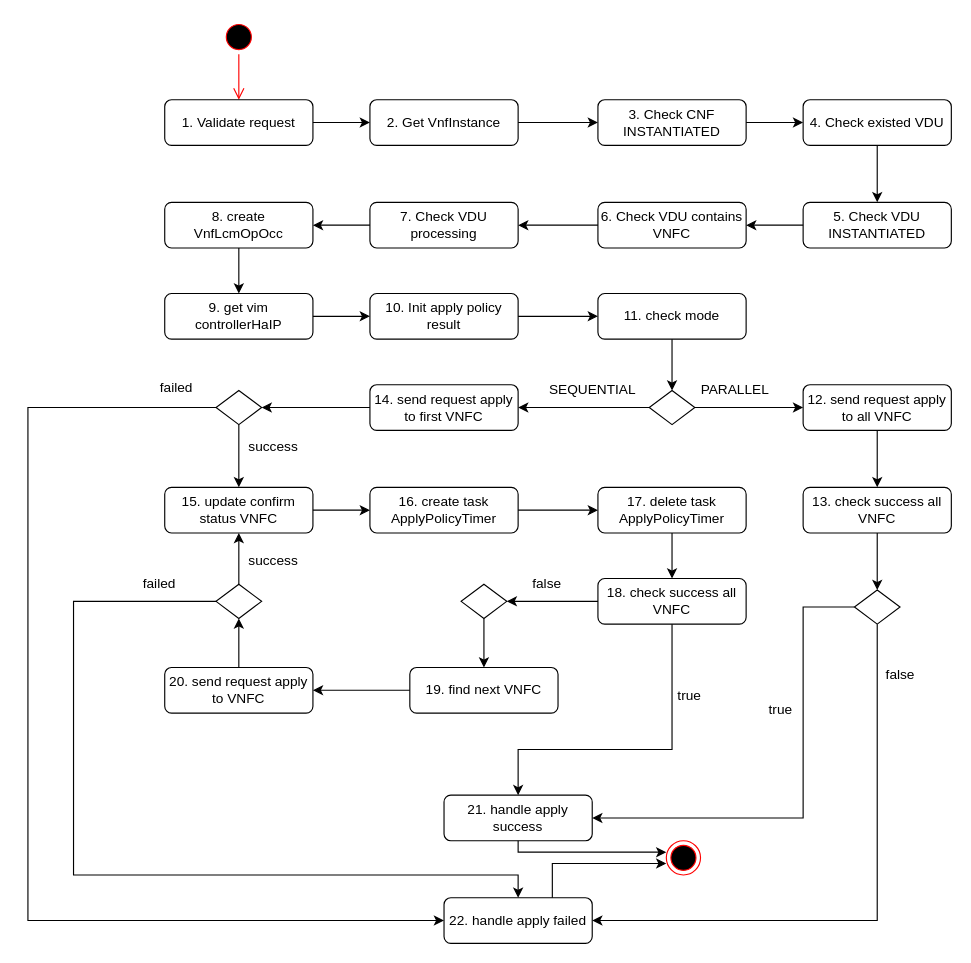
Earlier version of the draw.io diagram page "apply 1 vdu" (1 of 4) of apply policy.drawio (hiep1097/drawio). Source tidied: cells renumbered, new cells numbered last; positions are measured from the earlier drawing's top-left corner, leaving out a move shared by most shapes. Both pictures are drawn from the tidied source at 114%, with x=0, y=0 at pixel (27, 19).
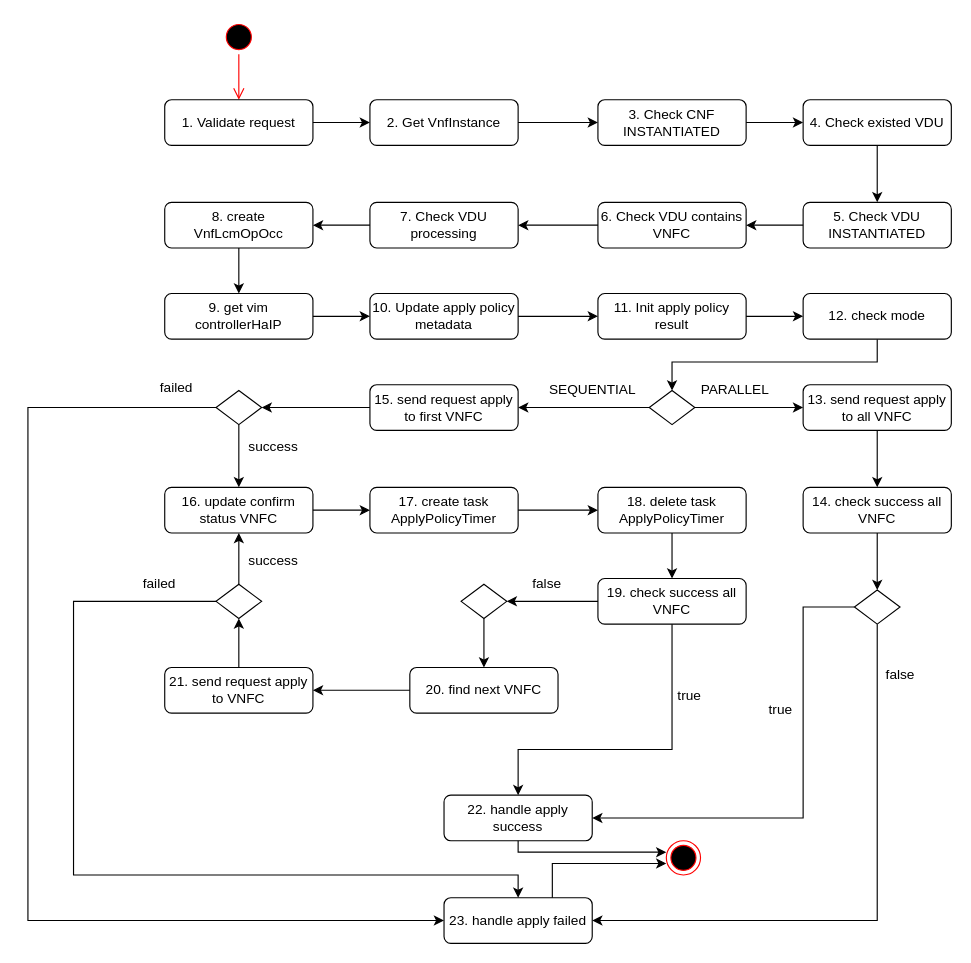
The same diagram, later.

Commit message:
Cập nhật apply policy.drawio

The change refers to these unchanged cells:
```xml
<mxCell id="30" style="rhombus;whiteSpace=wrap;html=1;" parent="1" vertex="1">
  <mxGeometry x="545" y="325" width="40" height="30" as="geometry" />
</mxCell>
```

What changed in the source:
```diff
@@
-    <mxCell id="10" value="11. check mode" style="rounded=1;whiteSpace=wrap;html=1;" parent="1" vertex="1">
+    <mxCell id="10" value="11. Init apply policy result" style="rounded=1;whiteSpace=wrap;html=1;" parent="1" vertex="1">
       <mxGeometry x="500" y="240" width="130" height="40" as="geometry" />
     </mxCell>
-    <mxCell id="11" value="14. send request apply to first VNFC" style="rounded=1;whiteSpace=wrap;html=1;" parent="1" vertex="1">
+    <mxCell id="11" value="15. send request apply to first VNFC" style="rounded=1;whiteSpace=wrap;html=1;" parent="1" vertex="1">
       <mxGeometry x="300" y="320" width="130" height="40" as="geometry" />
     </mxCell>
-    <mxCell id="12" value="22. handle apply failed" style="rounded=1;whiteSpace=wrap;html=1;" parent="1" vertex="1">
+    <mxCell id="12" value="23. handle apply failed" style="rounded=1;whiteSpace=wrap;html=1;" parent="1" vertex="1">
       <mxGeometry x="365" y="770" width="130" height="40" as="geometry" />
     </mxCell>
-    <mxCell id="13" value="15. update confirm status VNFC" style="rounded=1;whiteSpace=wrap;html=1;" parent="1" vertex="1">
+    <mxCell id="13" value="16. update confirm status VNFC" style="rounded=1;whiteSpace=wrap;html=1;" parent="1" vertex="1">
       <mxGeometry x="120" y="410" width="130" height="40" as="geometry" />
     </mxCell>
-    <mxCell id="14" value="16. create task ApplyPolicyTimer" style="rounded=1;whiteSpace=wrap;html=1;" parent="1" vertex="1">
+    <mxCell id="14" value="17. create task ApplyPolicyTimer" style="rounded=1;whiteSpace=wrap;html=1;" parent="1" vertex="1">
       <mxGeometry x="300" y="410" width="130" height="40" as="geometry" />
     </mxCell>
-    <mxCell id="15" value="17. delete task ApplyPolicyTimer" style="rounded=1;whiteSpace=wrap;html=1;" parent="1" vertex="1">
+    <mxCell id="15" value="18. delete task ApplyPolicyTimer" style="rounded=1;whiteSpace=wrap;html=1;" parent="1" vertex="1">
       <mxGeometry x="500" y="410" width="130" height="40" as="geometry" />
     </mxCell>
-    <mxCell id="16" value="21. handle apply success" style="rounded=1;whiteSpace=wrap;html=1;" parent="1" vertex="1">
+    <mxCell id="16" value="22. handle apply success" style="rounded=1;whiteSpace=wrap;html=1;" parent="1" vertex="1">
       <mxGeometry x="365" y="680" width="130" height="40" as="geometry" />
     </mxCell>
-    <mxCell id="17" value="12. send request apply to all VNFC" style="rounded=1;whiteSpace=wrap;html=1;" parent="1" vertex="1">
+    <mxCell id="17" value="13. send request apply to all VNFC" style="rounded=1;whiteSpace=wrap;html=1;" parent="1" vertex="1">
       <mxGeometry x="680" y="320" width="130" height="40" as="geometry" />
     </mxCell>
-    <mxCell id="18" value="13. check success all VNFC" style="rounded=1;whiteSpace=wrap;html=1;" parent="1" vertex="1">
+    <mxCell id="18" value="14. check success all VNFC" style="rounded=1;whiteSpace=wrap;html=1;" parent="1" vertex="1">
       <mxGeometry x="680" y="410" width="130" height="40" as="geometry" />
     </mxCell>
@@
-    <mxCell id="29" value="10. Init apply policy result" style="rounded=1;whiteSpace=wrap;html=1;" parent="1" vertex="1">
+    <mxCell id="29" value="10. Update apply policy metadata" style="rounded=1;whiteSpace=wrap;html=1;" parent="1" vertex="1">
       <mxGeometry x="300" y="240" width="130" height="40" as="geometry" />
     </mxCell>
@@
-    <mxCell id="33" style="endArrow=classic;html=1;rounded=0;" parent="1" edge="1" source="10" target="30">
-      <mxGeometry relative="1" as="geometry" />
+    <mxCell id="33" style="endArrow=classic;html=1;rounded=0;" parent="1" edge="1" source="74" target="30">
+      <mxGeometry relative="1" as="geometry">
+        <Array as="points">
+          <mxPoint x="745" y="300" />
+          <mxPoint x="565" y="300" />
+        </Array>
+      </mxGeometry>
     </mxCell>
@@
-    <mxCell id="53" value="19. find next VNFC" style="rounded=1;whiteSpace=wrap;html=1;" parent="1" vertex="1">
+    <mxCell id="53" value="20. find next VNFC" style="rounded=1;whiteSpace=wrap;html=1;" parent="1" vertex="1">
       <mxGeometry x="335" y="568" width="130" height="40" as="geometry" />
     </mxCell>
-    <mxCell id="54" value="18. check success all VNFC" style="rounded=1;whiteSpace=wrap;html=1;" parent="1" vertex="1">
+    <mxCell id="54" value="19. check success all VNFC" style="rounded=1;whiteSpace=wrap;html=1;" parent="1" vertex="1">
       <mxGeometry x="500" y="490" width="130" height="40" as="geometry" />
     </mxCell>
@@
-    <mxCell id="58" value="20. send request apply to VNFC" style="rounded=1;whiteSpace=wrap;html=1;" parent="1" vertex="1">
+    <mxCell id="58" value="21. send request apply to VNFC" style="rounded=1;whiteSpace=wrap;html=1;" parent="1" vertex="1">
       <mxGeometry x="120" y="568" width="130" height="40" as="geometry" />
     </mxCell>
@@
+    <mxCell id="74" value="12. check mode" style="rounded=1;whiteSpace=wrap;html=1;" parent="1" vertex="1">
+      <mxGeometry x="680" y="240" width="130" height="40" as="geometry" />
+    </mxCell>
+    <mxCell id="75" style="endArrow=classic;html=1;rounded=0;" parent="1" edge="1" source="10" target="74">
+      <mxGeometry relative="1" as="geometry" />
+    </mxCell>
```
